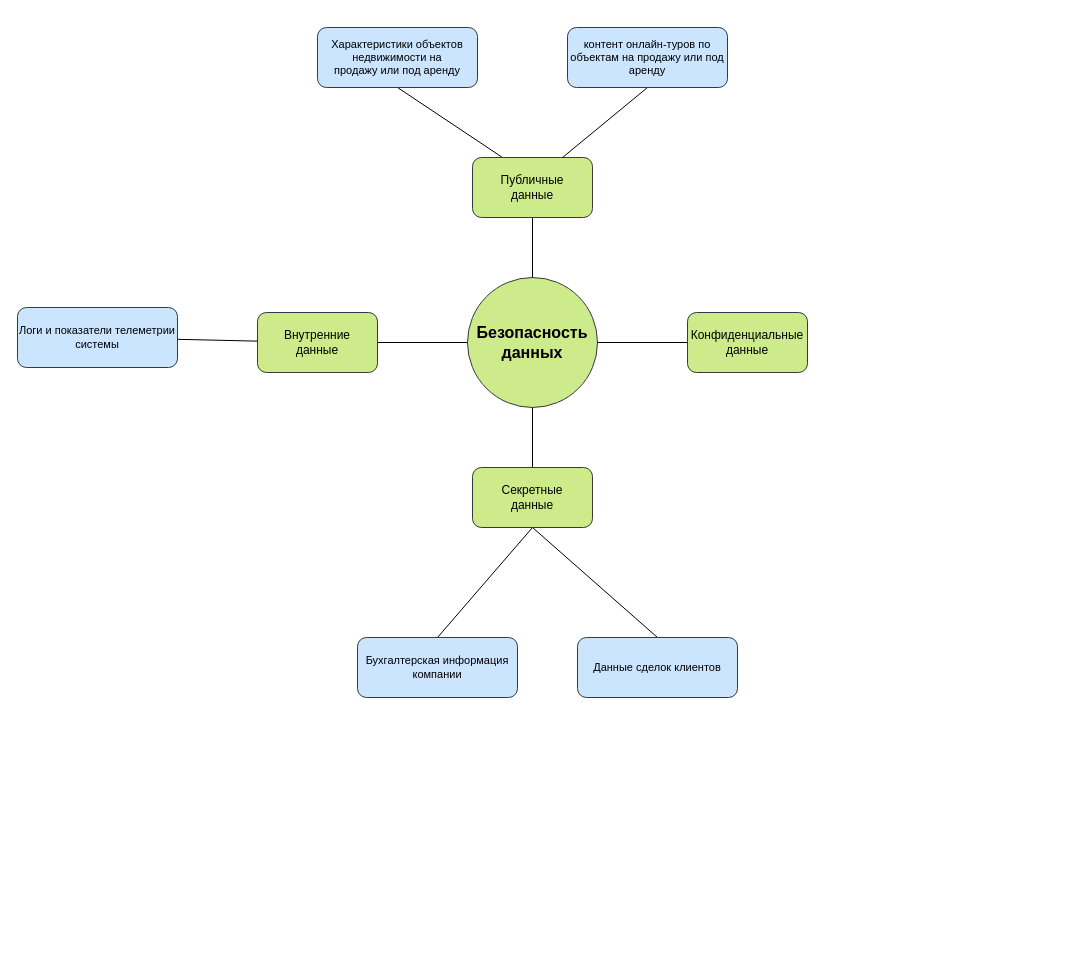
The draw.io diagram 5spring.drawio in MorKaragh/drawings, before the edit. Source tidied: cells renumbered, new cells numbered last; positions are measured from the earlier drawing's top-left corner, leaving out a move shared by most shapes. Both pictures are drawn from the tidied source at 100%, with x=0, y=0 at pixel (17, 27).
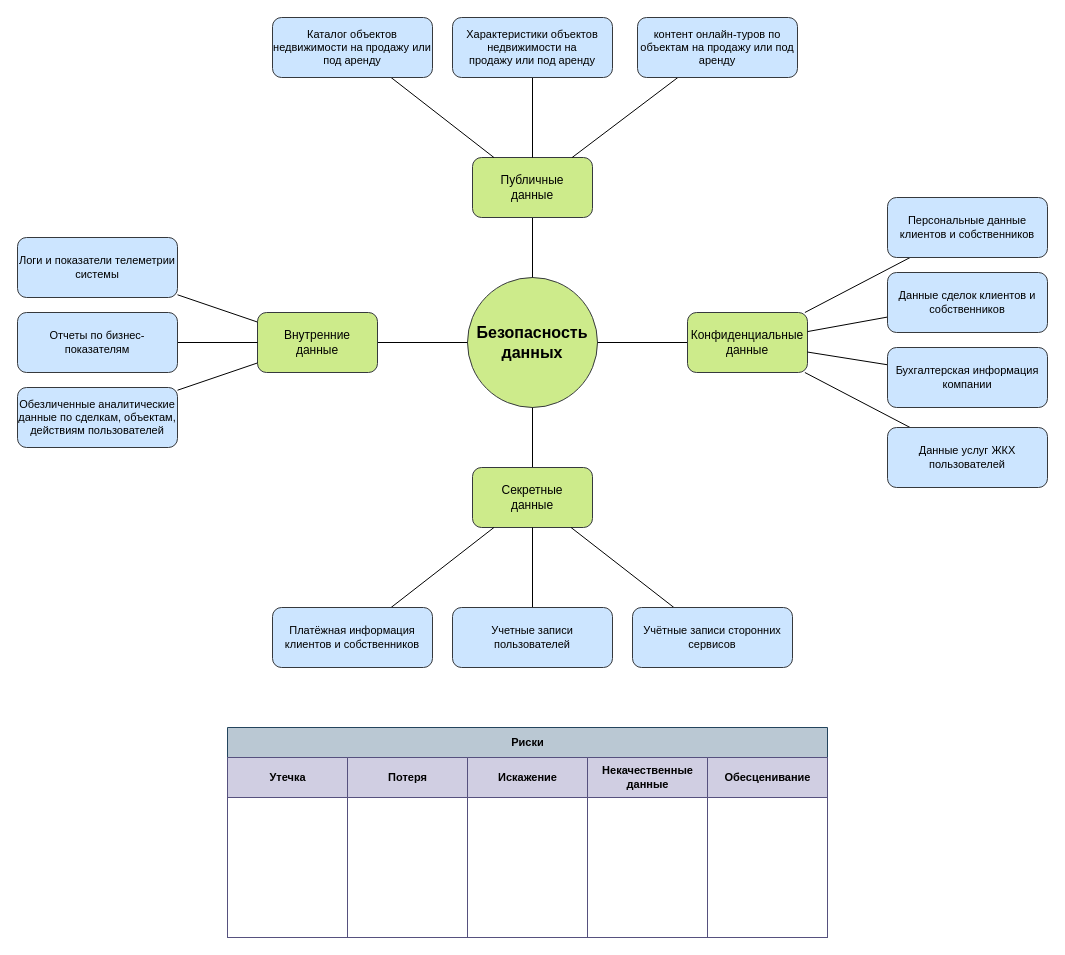
The same diagram, later.

The change refers to these unchanged cells:
```xml
<mxCell id="5" value="&lt;div&gt;Публичные&lt;/div&gt;&lt;div&gt;данные&lt;/div&gt;" style="rounded=1;whiteSpace=wrap;html=1;fontSize=12;fillColor=#cdeb8b;strokeColor=#36393d;" parent="1" vertex="1">
  <mxGeometry x="455" y="130" width="120" height="60" as="geometry" />
</mxCell>
<mxCell id="7" value="&lt;div&gt;Внутренние&lt;/div&gt;&lt;div&gt;данные&lt;/div&gt;" style="rounded=1;whiteSpace=wrap;html=1;fontSize=12;fillColor=#cdeb8b;strokeColor=#36393d;" parent="1" vertex="1">
  <mxGeometry x="240" y="285" width="120" height="60" as="geometry" />
</mxCell>
<mxCell id="9" value="&lt;div&gt;Конфиденциальные&lt;/div&gt;&lt;div&gt;данные&lt;/div&gt;" style="rounded=1;whiteSpace=wrap;html=1;fontSize=12;fillColor=#cdeb8b;strokeColor=#36393d;" parent="1" vertex="1">
  <mxGeometry x="670" y="285" width="120" height="60" as="geometry" />
</mxCell>
<mxCell id="13" value="&lt;div&gt;Секретные&lt;/div&gt;&lt;div&gt;данные&lt;/div&gt;" style="rounded=1;whiteSpace=wrap;html=1;fontSize=12;fillColor=#cdeb8b;strokeColor=#36393d;" parent="1" vertex="1">
  <mxGeometry x="455" y="440" width="120" height="60" as="geometry" />
</mxCell>
```

What changed in the source:
```diff
@@
-    <mxCell id="4" style="shape=connector;rounded=0;jettySize=auto;html=1;exitX=0.25;exitY=0;exitDx=0;exitDy=0;entryX=0.5;entryY=1;entryDx=0;entryDy=0;strokeColor=default;align=center;verticalAlign=middle;fontFamily=Helvetica;fontSize=11;fontColor=default;labelBackgroundColor=default;endArrow=none;endFill=0;" parent="1" edge="1" source="5" target="14">
-      <mxGeometry relative="1" as="geometry" />
-    </mxCell>
@@
+    <mxCell id="21" style="edgeStyle=none;shape=connector;rounded=0;jettySize=auto;html=1;strokeColor=default;align=center;verticalAlign=middle;fontFamily=Helvetica;fontSize=11;fontColor=default;labelBackgroundColor=default;endArrow=none;endFill=0;" parent="1" edge="1" source="9" target="25">
+      <mxGeometry relative="1" as="geometry" />
+    </mxCell>
@@
-    <mxCell id="11" style="edgeStyle=none;shape=connector;rounded=0;jettySize=auto;html=1;exitX=0.5;exitY=1;exitDx=0;exitDy=0;entryX=0.5;entryY=0;entryDx=0;entryDy=0;strokeColor=default;align=center;verticalAlign=middle;fontFamily=Helvetica;fontSize=11;fontColor=default;labelBackgroundColor=default;endArrow=none;endFill=0;" parent="1" edge="1" source="13" target="19">
-      <mxGeometry relative="1" as="geometry" />
-    </mxCell>
-    <mxCell id="12" style="edgeStyle=none;shape=connector;rounded=0;jettySize=auto;html=1;exitX=0.5;exitY=1;exitDx=0;exitDy=0;entryX=0.5;entryY=0;entryDx=0;entryDy=0;strokeColor=default;align=center;verticalAlign=middle;fontFamily=Helvetica;fontSize=11;fontColor=default;labelBackgroundColor=default;endArrow=none;endFill=0;" parent="1" edge="1" source="13" target="20">
-      <mxGeometry relative="1" as="geometry" />
-    </mxCell>
@@
+    <mxCell id="22" style="edgeStyle=none;shape=connector;rounded=0;jettySize=auto;html=1;strokeColor=default;align=center;verticalAlign=middle;fontFamily=Helvetica;fontSize=11;fontColor=default;labelBackgroundColor=default;endArrow=none;endFill=0;" parent="1" edge="1" source="14" target="5">
+      <mxGeometry relative="1" as="geometry" />
+    </mxCell>
     <mxCell id="14" value="&lt;div&gt;Характеристики объектов недвижимости на&lt;/div&gt;&lt;div&gt;продажу или под аренду&lt;/div&gt;" style="rounded=1;whiteSpace=wrap;html=1;fontFamily=Helvetica;fontSize=11;labelBackgroundColor=none;fillColor=#cce5ff;strokeColor=#36393d;" parent="1" vertex="1">
-      <mxGeometry x="300" width="160" height="60" as="geometry" />
+      <mxGeometry x="435" y="-10" width="160" height="60" as="geometry" />
     </mxCell>
-    <mxCell id="15" style="edgeStyle=none;shape=connector;rounded=0;jettySize=auto;html=1;exitX=0.5;exitY=1;exitDx=0;exitDy=0;entryX=0.75;entryY=0;entryDx=0;entryDy=0;strokeColor=default;align=center;verticalAlign=middle;fontFamily=Helvetica;fontSize=11;fontColor=default;labelBackgroundColor=default;endArrow=none;endFill=0;" parent="1" edge="1" source="16" target="5">
+    <mxCell id="15" style="edgeStyle=none;shape=connector;rounded=0;jettySize=auto;html=1;strokeColor=default;align=center;verticalAlign=middle;fontFamily=Helvetica;fontSize=11;fontColor=default;labelBackgroundColor=default;endArrow=none;endFill=0;" parent="1" edge="1" source="16" target="5">
       <mxGeometry relative="1" as="geometry" />
     </mxCell>
     <mxCell id="16" value="контент онлайн-туров по объектам на продажу или под аренду" style="rounded=1;whiteSpace=wrap;html=1;fontFamily=Helvetica;fontSize=11;labelBackgroundColor=none;fillColor=#cce5ff;strokeColor=#36393d;" parent="1" vertex="1">
-      <mxGeometry x="550" width="160" height="60" as="geometry" />
+      <mxGeometry x="620" y="-10" width="160" height="60" as="geometry" />
     </mxCell>
@@
     <mxCell id="18" value="Логи и показатели телеметрии системы" style="rounded=1;whiteSpace=wrap;html=1;fontFamily=Helvetica;fontSize=11;labelBackgroundColor=none;fillColor=#cce5ff;strokeColor=#36393d;" parent="1" vertex="1">
-      <mxGeometry y="280" width="160" height="60" as="geometry" />
+      <mxGeometry y="210" width="160" height="60" as="geometry" />
     </mxCell>
+    <mxCell id="23" style="edgeStyle=none;shape=connector;rounded=0;jettySize=auto;html=1;strokeColor=default;align=center;verticalAlign=middle;fontFamily=Helvetica;fontSize=11;fontColor=default;labelBackgroundColor=default;endArrow=none;endFill=0;" parent="1" edge="1" source="19" target="9">
+      <mxGeometry relative="1" as="geometry" />
+    </mxCell>
     <mxCell id="19" value="Бухгалтерская информация компании" style="rounded=1;whiteSpace=wrap;html=1;fontFamily=Helvetica;fontSize=11;labelBackgroundColor=none;fillColor=#cce5ff;strokeColor=#36393d;" parent="1" vertex="1">
-      <mxGeometry x="340" y="610" width="160" height="60" as="geometry" />
+      <mxGeometry x="870" y="320" width="160" height="60" as="geometry" />
     </mxCell>
+    <mxCell id="24" style="edgeStyle=none;shape=connector;rounded=0;jettySize=auto;html=1;strokeColor=default;align=center;verticalAlign=middle;fontFamily=Helvetica;fontSize=11;fontColor=default;labelBackgroundColor=default;endArrow=none;endFill=0;" parent="1" edge="1" source="20" target="9">
+      <mxGeometry relative="1" as="geometry" />
+    </mxCell>
-    <mxCell id="20" value="Данные сделок клиентов" style="rounded=1;whiteSpace=wrap;html=1;fontFamily=Helvetica;fontSize=11;labelBackgroundColor=none;fillColor=#cce5ff;strokeColor=#36393d;" parent="1" vertex="1">
-      <mxGeometry x="560" y="610" width="160" height="60" as="geometry" />
+    <mxCell id="20" value="Данные сделок клиентов и собственников" style="rounded=1;whiteSpace=wrap;html=1;fontFamily=Helvetica;fontSize=11;labelBackgroundColor=none;fillColor=#cce5ff;strokeColor=#36393d;" parent="1" vertex="1">
+      <mxGeometry x="870" y="245" width="160" height="60" as="geometry" />
     </mxCell>
+    <mxCell id="25" value="Персональные данные клиентов и собственников" style="rounded=1;whiteSpace=wrap;html=1;fontFamily=Helvetica;fontSize=11;labelBackgroundColor=none;fillColor=#cce5ff;strokeColor=#36393d;" parent="1" vertex="1">
+      <mxGeometry x="870" y="170" width="160" height="60" as="geometry" />
+    </mxCell>
+    <mxCell id="26" style="edgeStyle=none;shape=connector;rounded=0;jettySize=auto;html=1;strokeColor=default;align=center;verticalAlign=middle;fontFamily=Helvetica;fontSize=11;fontColor=default;labelBackgroundColor=default;endArrow=none;endFill=0;" parent="1" edge="1" source="27" target="5">
+      <mxGeometry relative="1" as="geometry" />
+    </mxCell>
+    <mxCell id="27" value="Каталог объектов недвижимости на продажу или под аренду" style="rounded=1;whiteSpace=wrap;html=1;fontFamily=Helvetica;fontSize=11;labelBackgroundColor=none;fillColor=#cce5ff;strokeColor=#36393d;" parent="1" vertex="1">
+      <mxGeometry x="255" y="-10" width="160" height="60" as="geometry" />
+    </mxCell>
+    <mxCell id="28" style="edgeStyle=none;shape=connector;rounded=0;jettySize=auto;html=1;strokeColor=default;align=center;verticalAlign=middle;fontFamily=Helvetica;fontSize=11;fontColor=default;labelBackgroundColor=default;endArrow=none;endFill=0;" parent="1" edge="1" source="29" target="7">
+      <mxGeometry relative="1" as="geometry" />
+    </mxCell>
+    <mxCell id="29" value="Обезличенные аналитические данные по сделкам, объектам, действиям пользователей" style="rounded=1;whiteSpace=wrap;html=1;fontFamily=Helvetica;fontSize=11;labelBackgroundColor=none;fillColor=#cce5ff;strokeColor=#36393d;" parent="1" vertex="1">
+      <mxGeometry y="360" width="160" height="60" as="geometry" />
+    </mxCell>
+    <mxCell id="30" style="edgeStyle=none;shape=connector;rounded=0;jettySize=auto;html=1;strokeColor=default;align=center;verticalAlign=middle;fontFamily=Helvetica;fontSize=11;fontColor=default;labelBackgroundColor=default;endArrow=none;endFill=0;" parent="1" edge="1" source="31" target="13">
+      <mxGeometry relative="1" as="geometry" />
+    </mxCell>
+    <mxCell id="31" value="Учетные записи пользователей" style="rounded=1;whiteSpace=wrap;html=1;fontFamily=Helvetica;fontSize=11;labelBackgroundColor=none;fillColor=#cce5ff;strokeColor=#36393d;" parent="1" vertex="1">
+      <mxGeometry x="435" y="580" width="160" height="60" as="geometry" />
+    </mxCell>
+    <mxCell id="32" style="edgeStyle=none;shape=connector;rounded=0;jettySize=auto;html=1;strokeColor=default;align=center;verticalAlign=middle;fontFamily=Helvetica;fontSize=11;fontColor=default;labelBackgroundColor=default;endArrow=none;endFill=0;" parent="1" edge="1" source="33" target="13">
+      <mxGeometry relative="1" as="geometry" />
+    </mxCell>
+    <mxCell id="33" value="Учётные записи сторонних сервисов" style="rounded=1;whiteSpace=wrap;html=1;fontFamily=Helvetica;fontSize=11;labelBackgroundColor=none;fillColor=#cce5ff;strokeColor=#36393d;" parent="1" vertex="1">
+      <mxGeometry x="615" y="580" width="160" height="60" as="geometry" />
+    </mxCell>
+    <mxCell id="34" style="edgeStyle=none;shape=connector;rounded=0;jettySize=auto;html=1;strokeColor=default;align=center;verticalAlign=middle;fontFamily=Helvetica;fontSize=11;fontColor=default;labelBackgroundColor=default;endArrow=none;endFill=0;" parent="1" edge="1" source="35" target="13">
+      <mxGeometry relative="1" as="geometry" />
+    </mxCell>
+    <mxCell id="35" value="Платёжная информация клиентов и собственников" style="rounded=1;whiteSpace=wrap;html=1;fontFamily=Helvetica;fontSize=11;labelBackgroundColor=none;fillColor=#cce5ff;strokeColor=#36393d;" parent="1" vertex="1">
+      <mxGeometry x="255" y="580" width="160" height="60" as="geometry" />
+    </mxCell>
+    <mxCell id="36" style="edgeStyle=none;shape=connector;rounded=0;jettySize=auto;html=1;strokeColor=default;align=center;verticalAlign=middle;fontFamily=Helvetica;fontSize=11;fontColor=default;labelBackgroundColor=default;endArrow=none;endFill=0;" parent="1" edge="1" source="37" target="7">
+      <mxGeometry relative="1" as="geometry" />
+    </mxCell>
+    <mxCell id="37" value="Отчеты по бизнес-показателям" style="rounded=1;whiteSpace=wrap;html=1;fontFamily=Helvetica;fontSize=11;labelBackgroundColor=none;fillColor=#cce5ff;strokeColor=#36393d;" parent="1" vertex="1">
+      <mxGeometry y="285" width="160" height="60" as="geometry" />
+    </mxCell>
+    <mxCell id="38" style="edgeStyle=none;shape=connector;rounded=0;jettySize=auto;html=1;strokeColor=default;align=center;verticalAlign=middle;fontFamily=Helvetica;fontSize=11;fontColor=default;labelBackgroundColor=default;endArrow=none;endFill=0;" parent="1" edge="1" source="39" target="9">
+      <mxGeometry relative="1" as="geometry" />
+    </mxCell>
+    <mxCell id="39" value="Данные услуг ЖКХ пользователей" style="rounded=1;whiteSpace=wrap;html=1;fontFamily=Helvetica;fontSize=11;labelBackgroundColor=none;fillColor=#cce5ff;strokeColor=#36393d;" parent="1" vertex="1">
+      <mxGeometry x="870" y="400" width="160" height="60" as="geometry" />
+    </mxCell>
+    <mxCell id="40" value="Риски" style="swimlane;startSize=30;html=1;fontFamily=Helvetica;fontSize=11;labelBackgroundColor=none;fillColor=#bac8d3;strokeColor=#23445d;" parent="1" vertex="1">
+      <mxGeometry x="210" y="700" width="600" height="210" as="geometry" />
+    </mxCell>
+    <mxCell id="41" value="Утечка" style="swimlane;startSize=40;html=1;fontFamily=Helvetica;fontSize=11;labelBackgroundColor=none;fillColor=#d0cee2;strokeColor=#56517e;" parent="40" vertex="1">
+      <mxGeometry y="30" width="120" height="180" as="geometry" />
+    </mxCell>
+    <mxCell id="42" value="Потеря" style="swimlane;startSize=40;html=1;fontFamily=Helvetica;fontSize=11;fontColor=default;labelBackgroundColor=none;strokeColor=#56517e;align=center;verticalAlign=middle;fontStyle=1;fillColor=#d0cee2;" parent="40" vertex="1">
+      <mxGeometry x="120" y="30" width="120" height="180" as="geometry" />
+    </mxCell>
+    <mxCell id="43" value="Искажение" style="swimlane;startSize=40;html=1;fontFamily=Helvetica;fontSize=11;fontColor=default;labelBackgroundColor=none;strokeColor=#56517e;align=center;verticalAlign=middle;fontStyle=1;fillColor=#d0cee2;" parent="40" vertex="1">
+      <mxGeometry x="240" y="30" width="120" height="180" as="geometry" />
+    </mxCell>
+    <mxCell id="44" value="&lt;div&gt;Некачественные&lt;/div&gt;&lt;div&gt;данные&lt;/div&gt;" style="swimlane;startSize=40;html=1;fontFamily=Helvetica;fontSize=11;fontColor=default;labelBackgroundColor=none;strokeColor=#56517e;align=center;verticalAlign=middle;fontStyle=1;fillColor=#d0cee2;" parent="40" vertex="1">
+      <mxGeometry x="360" y="30" width="120" height="180" as="geometry" />
+    </mxCell>
+    <mxCell id="45" value="Обесценивание" style="swimlane;startSize=40;html=1;fontFamily=Helvetica;fontSize=11;fontColor=default;labelBackgroundColor=none;strokeColor=#56517e;align=center;verticalAlign=middle;fontStyle=1;fillColor=#d0cee2;" parent="40" vertex="1">
+      <mxGeometry x="480" y="30" width="120" height="180" as="geometry" />
+    </mxCell>
```
